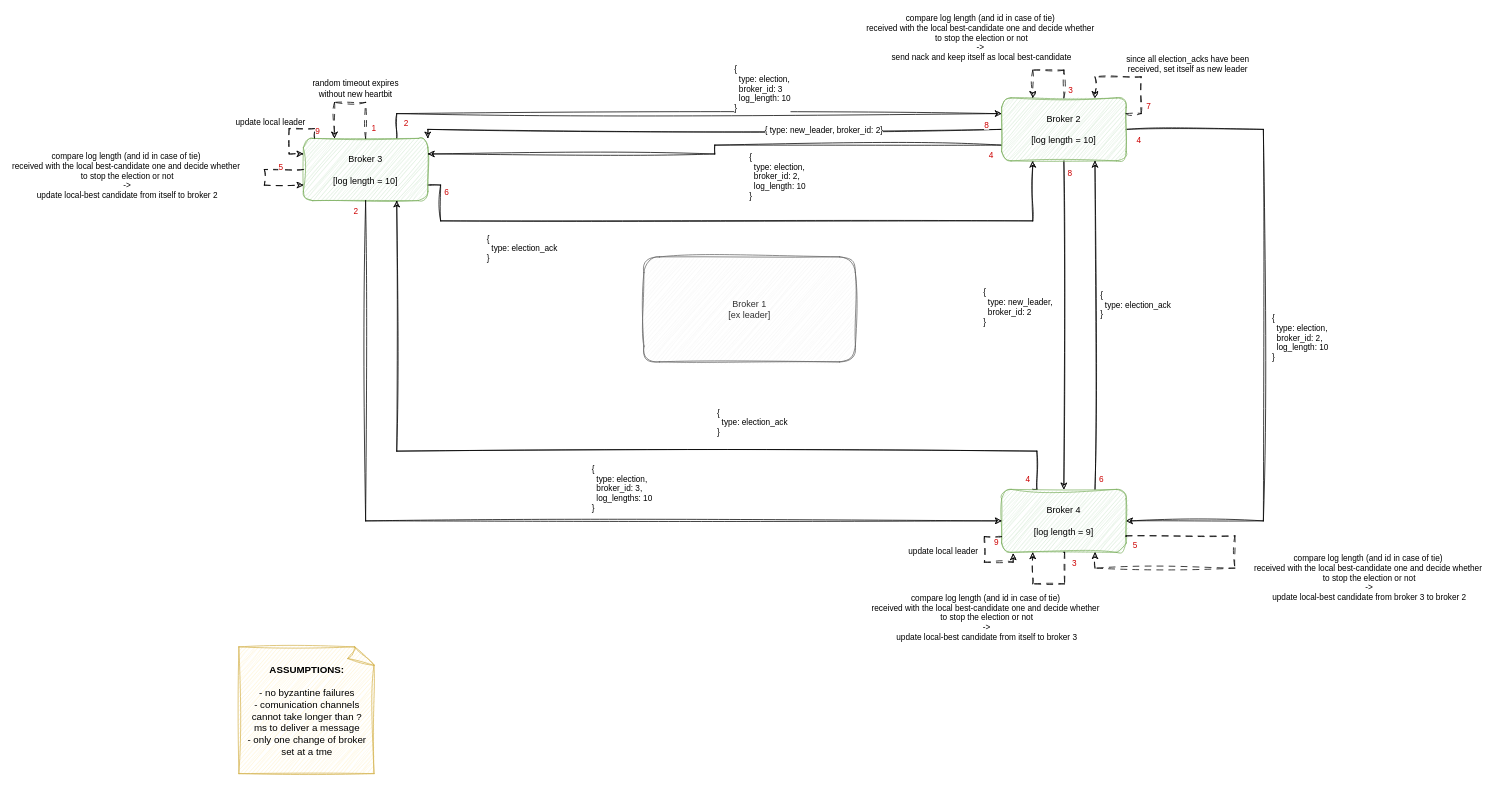
Above: page "leader_crash" (4 of 5) of artifacts/DS_Project.drawio in UobinoPino/Reliable-Queuing-System (draw.io), before the change. Source tidied: cells renumbered, new cells numbered last; positions are measured from the earlier drawing's top-left corner, leaving out a move shared by most shapes. Both pictures are drawn from the tidied source at 75%, with x=0, y=0 at pixel (238, 70).
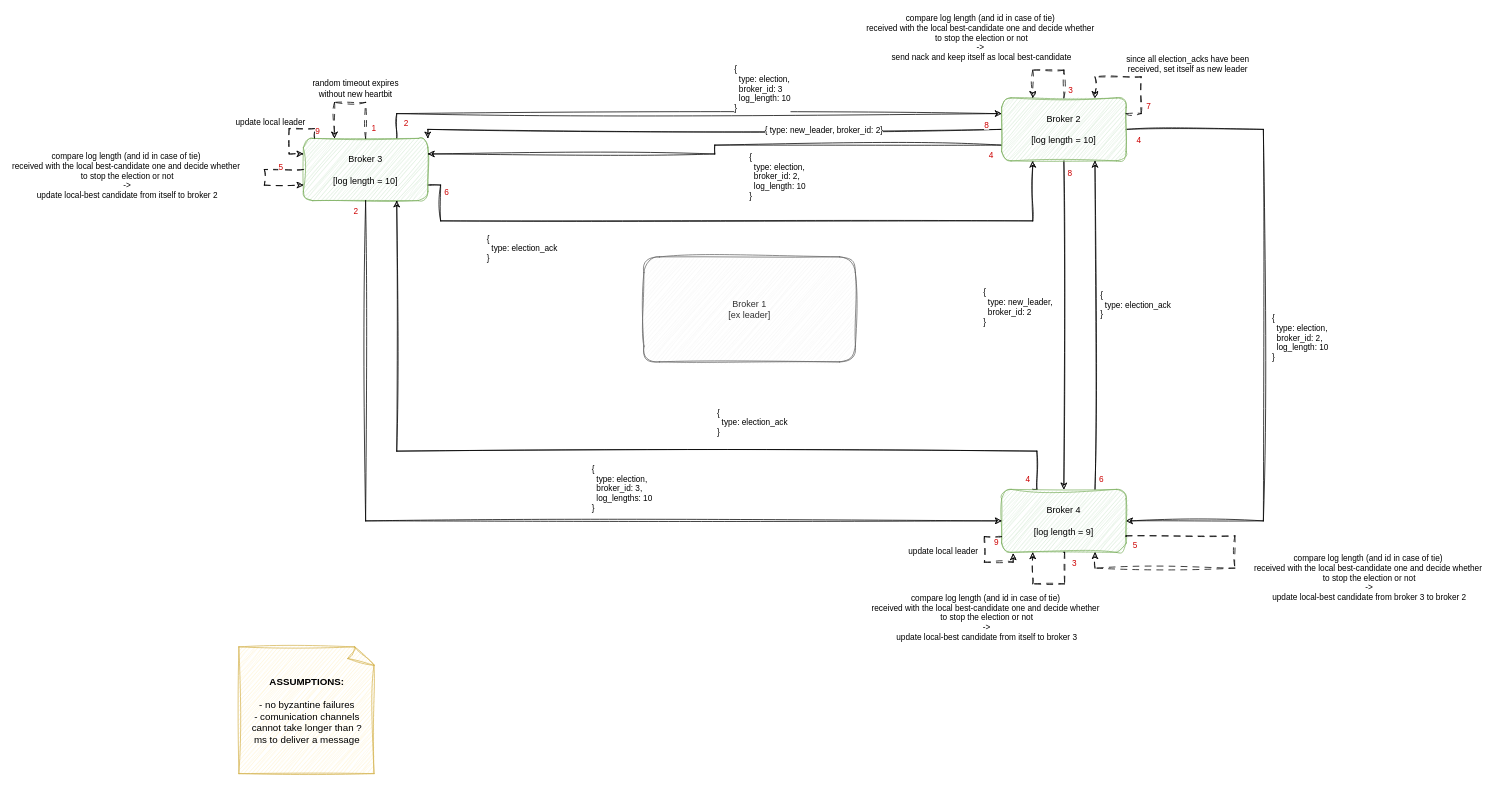
The same diagram, later.

What changed in the source:
```diff
@@
-    <mxCell id="35" value="&lt;b&gt;ASSUMPTIONS:&lt;/b&gt;&lt;div&gt;&lt;span style=&quot;background-color: transparent; color: light-dark(rgb(0, 0, 0), rgb(255, 255, 255));&quot;&gt;&lt;br&gt;&lt;/span&gt;&lt;/div&gt;&lt;div&gt;&lt;span style=&quot;background-color: transparent; color: light-dark(rgb(0, 0, 0), rgb(255, 255, 255));&quot;&gt;- no byzantine failures&lt;/span&gt;&lt;/div&gt;&lt;div&gt;- comunication channels cannot take longer than ? ms to deliver a message&lt;br&gt;- only one change of broker set at a tme&lt;/div&gt;" style="whiteSpace=wrap;html=1;shape=mxgraph.basic.document;rounded=1;sketch=1;jiggle=2;curveFitting=1;strokeColor=#d6b656;align=center;verticalAlign=middle;fontFamily=Excalifont;fontSize=13;labelBackgroundColor=none;fillColor=#fff2cc;spacing=10;" parent="1" vertex="1">
+    <mxCell id="35" value="&lt;b&gt;ASSUMPTIONS:&lt;/b&gt;&lt;div&gt;&lt;span style=&quot;background-color: transparent; color: light-dark(rgb(0, 0, 0), rgb(255, 255, 255));&quot;&gt;&lt;br&gt;&lt;/span&gt;&lt;/div&gt;&lt;div&gt;&lt;span style=&quot;background-color: transparent; color: light-dark(rgb(0, 0, 0), rgb(255, 255, 255));&quot;&gt;- no byzantine failures&lt;/span&gt;&lt;/div&gt;&lt;div&gt;- comunication channels cannot take longer than ? ms to deliver a message&lt;br&gt;&lt;/div&gt;" style="whiteSpace=wrap;html=1;shape=mxgraph.basic.document;rounded=1;sketch=1;jiggle=2;curveFitting=1;strokeColor=#d6b656;align=center;verticalAlign=middle;fontFamily=Excalifont;fontSize=13;labelBackgroundColor=none;fillColor=#fff2cc;spacing=10;" parent="1" vertex="1">
       <mxGeometry y="769" width="182" height="169" as="geometry" />
     </mxCell>
```
